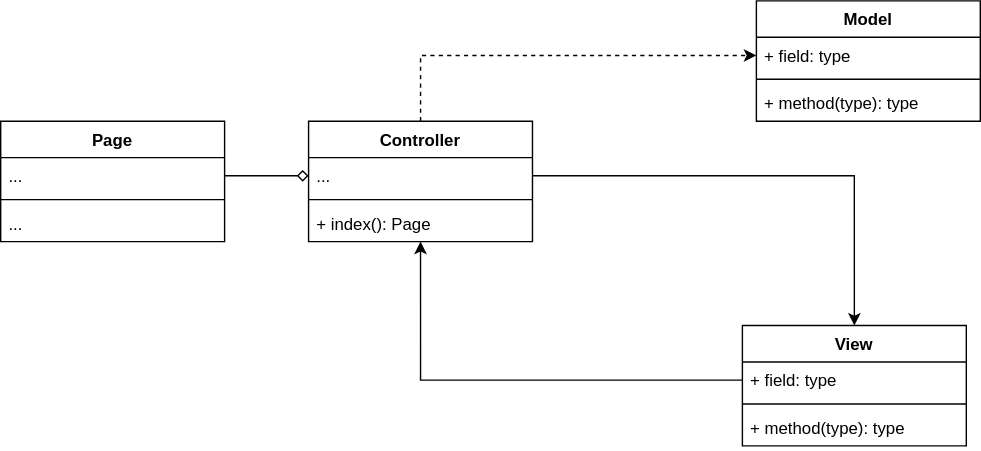
Earlier version of the draw.io export UML MVC.svg (devlubinets/mvcPractice). Source tidied: cells renumbered, new cells last; positions are measured from the earlier drawing's top-left corner, leaving out a move shared by most shapes.
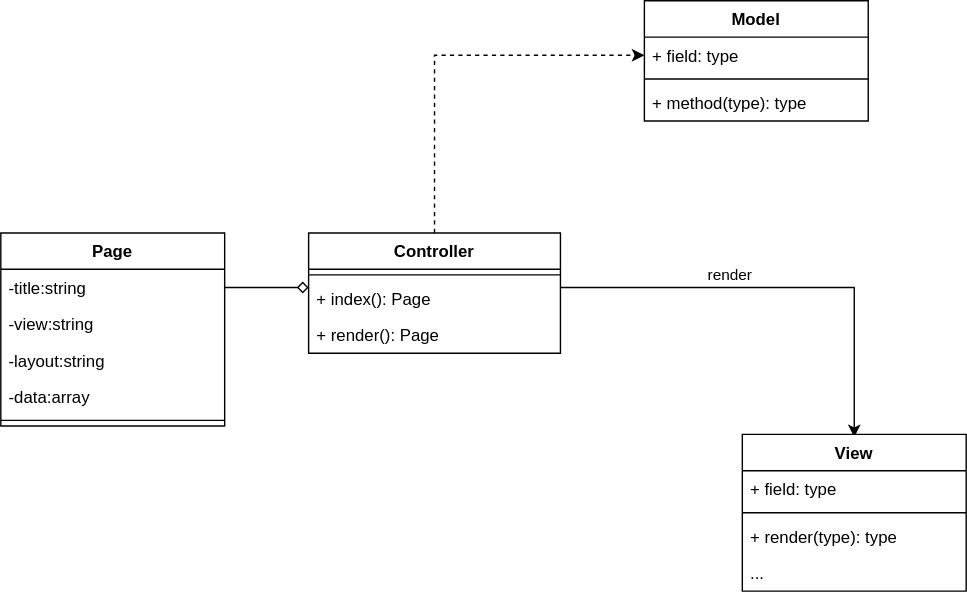
Above is the later version.

The edit, as a diff of the source:
```diff
@@ -6,19 +6,19 @@
       <mxGeometry relative="1" as="geometry" />
     </mxCell>
     <mxCell id="3" value="Controller" style="swimlane;fontStyle=1;align=center;verticalAlign=top;horizontal=1;startSize=26;" parent="1" vertex="1">
-      <mxGeometry x="220" y="86" width="160" height="86" as="geometry" />
+      <mxGeometry x="330" y="138" width="180" height="86" as="geometry" />
     </mxCell>
-    <mxCell id="4" value="..." style="text;strokeColor=none;fillColor=none;align=left;verticalAlign=top;spacingLeft=4;spacingRight=4;overflow=hidden;points=[[0,0.5],[1,0.5]];portConstraint=eastwest;" parent="3" vertex="1">
-      <mxGeometry y="26" width="160" height="26" as="geometry" />
-    </mxCell>
     <mxCell id="5" style="line;strokeWidth=1;fillColor=none;align=left;verticalAlign=middle;spacingTop=-1;spacingLeft=3;spacingRight=3;labelPosition=right;" parent="3" vertex="1">
-      <mxGeometry y="52" width="160" height="8" as="geometry" />
+      <mxGeometry y="26" width="180" height="8" as="geometry" />
     </mxCell>
     <mxCell id="6" value="+ index(): Page" style="text;strokeColor=none;fillColor=none;align=left;verticalAlign=top;spacingLeft=4;spacingRight=4;overflow=hidden;" parent="3" vertex="1">
-      <mxGeometry y="60" width="160" height="26" as="geometry" />
+      <mxGeometry y="34" width="180" height="26" as="geometry" />
     </mxCell>
+    <mxCell id="22" value="+ render(): Page" style="text;strokeColor=none;fillColor=none;align=left;verticalAlign=top;spacingLeft=4;spacingRight=4;overflow=hidden;" parent="3" vertex="1">
+      <mxGeometry y="60" width="180" height="26" as="geometry" />
+    </mxCell>
     <mxCell id="7" value="Model" style="swimlane;fontStyle=1;align=center;verticalAlign=top;horizontal=1;startSize=26;" parent="1" vertex="1">
-      <mxGeometry x="540" width="160" height="86" as="geometry" />
+      <mxGeometry x="570" y="-28" width="160" height="86" as="geometry" />
     </mxCell>
     <mxCell id="8" value="+ field: type" style="text;strokeColor=none;fillColor=none;align=left;verticalAlign=top;spacingLeft=4;spacingRight=4;overflow=hidden;points=[[0,0.5],[1,0.5]];portConstraint=eastwest;" parent="7" vertex="1">
       <mxGeometry y="26" width="160" height="26" as="geometry" />
@@ -29,8 +29,42 @@
     <mxCell id="10" value="+ method(type): type" style="text;strokeColor=none;fillColor=none;align=left;verticalAlign=top;spacingLeft=4;spacingRight=4;overflow=hidden;" parent="7" vertex="1">
       <mxGeometry y="60" width="160" height="26" as="geometry" />
     </mxCell>
+    <mxCell id="16" style="edgeStyle=orthogonalEdgeStyle;rounded=0;orthogonalLoop=1;jettySize=auto;html=1;entryX=0.5;entryY=0;entryDx=0;entryDy=0;" parent="1" edge="1">
+      <mxGeometry relative="1" as="geometry">
+        <mxPoint x="510" y="177" as="sourcePoint" />
+        <mxPoint x="720" y="284" as="targetPoint" />
+      </mxGeometry>
+    </mxCell>
+    <mxCell id="23" value="render" style="edgeLabel;html=1;align=center;verticalAlign=middle;" parent="16" vertex="1">
+      <mxGeometry x="-0.29" y="5" relative="1" as="geometry">
+        <mxPoint x="8" y="-4" as="offset" />
+      </mxGeometry>
+    </mxCell>
+    <mxCell id="17" value="Page" style="swimlane;fontStyle=1;align=center;verticalAlign=top;horizontal=1;startSize=26;" parent="1" vertex="1">
+      <mxGeometry x="110" y="138" width="160" height="138" as="geometry" />
+    </mxCell>
+    <mxCell id="18" value="-title:string" style="text;strokeColor=none;fillColor=none;align=left;verticalAlign=top;spacingLeft=4;spacingRight=4;overflow=hidden;points=[[0,0.5],[1,0.5]];portConstraint=eastwest;" parent="17" vertex="1">
+      <mxGeometry y="26" width="160" height="26" as="geometry" />
+    </mxCell>
+    <mxCell id="24" value="-view:string" style="text;strokeColor=none;fillColor=none;align=left;verticalAlign=top;spacingLeft=4;spacingRight=4;overflow=hidden;" parent="17" vertex="1">
+      <mxGeometry y="52" width="160" height="26" as="geometry" />
+    </mxCell>
+    <mxCell id="25" value="-layout:string" style="text;strokeColor=none;fillColor=none;align=left;verticalAlign=top;spacingLeft=4;spacingRight=4;overflow=hidden;" parent="17" vertex="1">
+      <mxGeometry y="78" width="160" height="26" as="geometry" />
+    </mxCell>
+    <mxCell id="26" value="-data:array" style="text;strokeColor=none;fillColor=none;align=left;verticalAlign=top;spacingLeft=4;spacingRight=4;overflow=hidden;" parent="17" vertex="1">
+      <mxGeometry y="104" width="160" height="26" as="geometry" />
+    </mxCell>
+    <mxCell id="19" style="line;strokeWidth=1;fillColor=none;align=left;verticalAlign=middle;spacingTop=-1;spacingLeft=3;spacingRight=3;labelPosition=right;" parent="17" vertex="1">
+      <mxGeometry y="130" width="160" height="8" as="geometry" />
+    </mxCell>
+    <mxCell id="21" style="edgeStyle=orthogonalEdgeStyle;rounded=0;jettySize=auto;html=1;entryX=1;entryY=0.5;entryDx=0;entryDy=0;startArrow=diamond;startFill=0;endArrow=none;endFill=0;" parent="1" edge="1" target="18">
+      <mxGeometry relative="1" as="geometry">
+        <mxPoint x="330" y="177" as="sourcePoint" />
+      </mxGeometry>
+    </mxCell>
     <mxCell id="11" value="View" style="swimlane;fontStyle=1;align=center;verticalAlign=top;horizontal=1;startSize=26;" parent="1" vertex="1">
-      <mxGeometry x="530" y="232" width="160" height="86" as="geometry" />
+      <mxGeometry x="640" y="282" width="160" height="112" as="geometry" />
     </mxCell>
     <mxCell id="12" value="+ field: type" style="text;strokeColor=none;fillColor=none;align=left;verticalAlign=top;spacingLeft=4;spacingRight=4;overflow=hidden;points=[[0,0.5],[1,0.5]];portConstraint=eastwest;" parent="11" vertex="1">
       <mxGeometry y="26" width="160" height="26" as="geometry" />
@@ -38,29 +72,11 @@
     <mxCell id="13" style="line;strokeWidth=1;fillColor=none;align=left;verticalAlign=middle;spacingTop=-1;spacingLeft=3;spacingRight=3;labelPosition=right;" parent="11" vertex="1">
       <mxGeometry y="52" width="160" height="8" as="geometry" />
     </mxCell>
-    <mxCell id="14" value="+ method(type): type" style="text;strokeColor=none;fillColor=none;align=left;verticalAlign=top;spacingLeft=4;spacingRight=4;overflow=hidden;" parent="11" vertex="1">
-      <mxGeometry y="60" width="160" height="26" as="geometry" />
-    </mxCell>
-    <mxCell id="15" style="edgeStyle=orthogonalEdgeStyle;rounded=0;jettySize=auto;html=1;entryX=0.5;entryY=1;entryDx=0;entryDy=0;" parent="1" edge="1" source="12" target="3">
-      <mxGeometry relative="1" as="geometry" />
-    </mxCell>
-    <mxCell id="16" style="edgeStyle=orthogonalEdgeStyle;rounded=0;jettySize=auto;html=1;entryX=0.5;entryY=0;entryDx=0;entryDy=0;" parent="1" edge="1" source="4" target="11">
-      <mxGeometry relative="1" as="geometry" />
-    </mxCell>
-    <mxCell id="17" value="Page" style="swimlane;fontStyle=1;align=center;verticalAlign=top;horizontal=1;startSize=26;" parent="1" vertex="1">
-      <mxGeometry y="86" width="160" height="86" as="geometry" />
-    </mxCell>
-    <mxCell id="18" value="..." style="text;strokeColor=none;fillColor=none;align=left;verticalAlign=top;spacingLeft=4;spacingRight=4;overflow=hidden;points=[[0,0.5],[1,0.5]];portConstraint=eastwest;" parent="17" vertex="1">
-      <mxGeometry y="26" width="160" height="26" as="geometry" />
-    </mxCell>
-    <mxCell id="19" style="line;strokeWidth=1;fillColor=none;align=left;verticalAlign=middle;spacingTop=-1;spacingLeft=3;spacingRight=3;labelPosition=right;" parent="17" vertex="1">
-      <mxGeometry y="52" width="160" height="8" as="geometry" />
-    </mxCell>
-    <mxCell id="20" value="..." style="text;strokeColor=none;fillColor=none;align=left;verticalAlign=top;spacingLeft=4;spacingRight=4;overflow=hidden;" parent="17" vertex="1">
-      <mxGeometry y="60" width="160" height="26" as="geometry" />
-    </mxCell>
-    <mxCell id="21" style="edgeStyle=orthogonalEdgeStyle;rounded=0;jettySize=auto;html=1;entryX=1;entryY=0.5;entryDx=0;entryDy=0;startArrow=diamond;startFill=0;endArrow=none;endFill=0;" parent="1" edge="1" source="4" target="18">
-      <mxGeometry relative="1" as="geometry" />
-    </mxCell>
+    <mxCell id="27" value="+ render(type): type" style="text;strokeColor=none;fillColor=none;align=left;verticalAlign=top;spacingLeft=4;spacingRight=4;overflow=hidden;" parent="11" vertex="1">
+      <mxGeometry y="60" width="160" height="26" as="geometry" />
+    </mxCell>
+    <mxCell id="28" value="..." style="text;strokeColor=none;fillColor=none;align=left;verticalAlign=top;spacingLeft=4;spacingRight=4;overflow=hidden;" parent="11" vertex="1">
+      <mxGeometry y="86" width="160" height="26" as="geometry" />
+    </mxCell>
   </root>
 </mxGraphModel>
```
